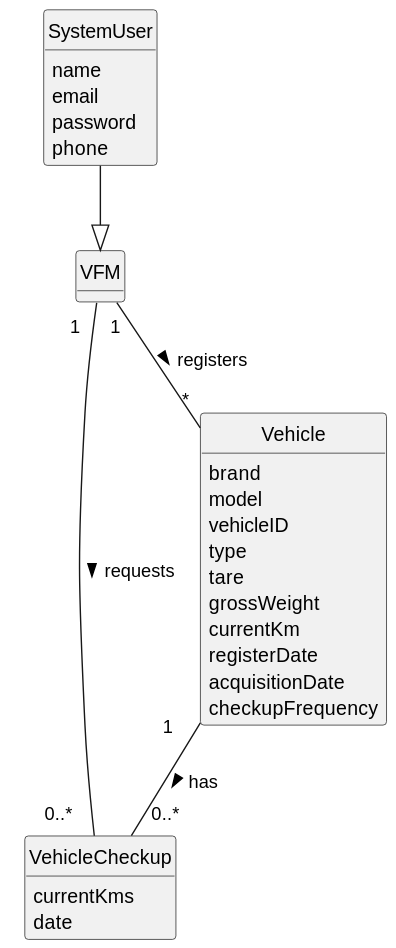
Before: docs/sprintA/us008/02.analysis/svg/us008-domain-model.svg, a diagram exported from PlantUML (Departamento-de-Engenharia-Informatica/lei-24-s2-1do-g164).
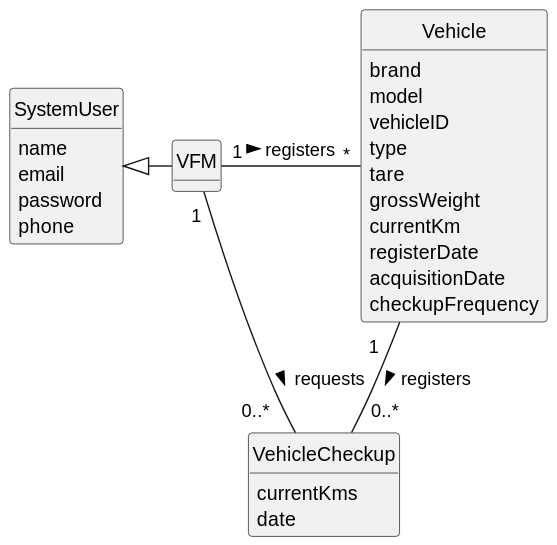
Later version of the same file.

Commit message:
Update of all images and changes on SSD from US06. Domain Models finished

Change to the diagram source:
```diff
@@ -23,7 +23,6 @@
 }
 
 class VehicleCheckup {
-
     currentKms
     date
 
@@ -44,8 +43,8 @@
 }
 
 
-VFM "1" -- "*" Vehicle : registers >
-Vehicle "1   " -- "0..*                        " VehicleCheckup : has >
-VFM "           1 " -- "0..*   " VehicleCheckup : requests >
-SystemUser --|> VFM
+VFM "1" - "*" Vehicle : registers >
+Vehicle "1   " -- "0..*                        " VehicleCheckup : registers >
+VFM "           1 " - "0..*   " VehicleCheckup : requests >
+SystemUser <|- VFM
 @enduml
```
